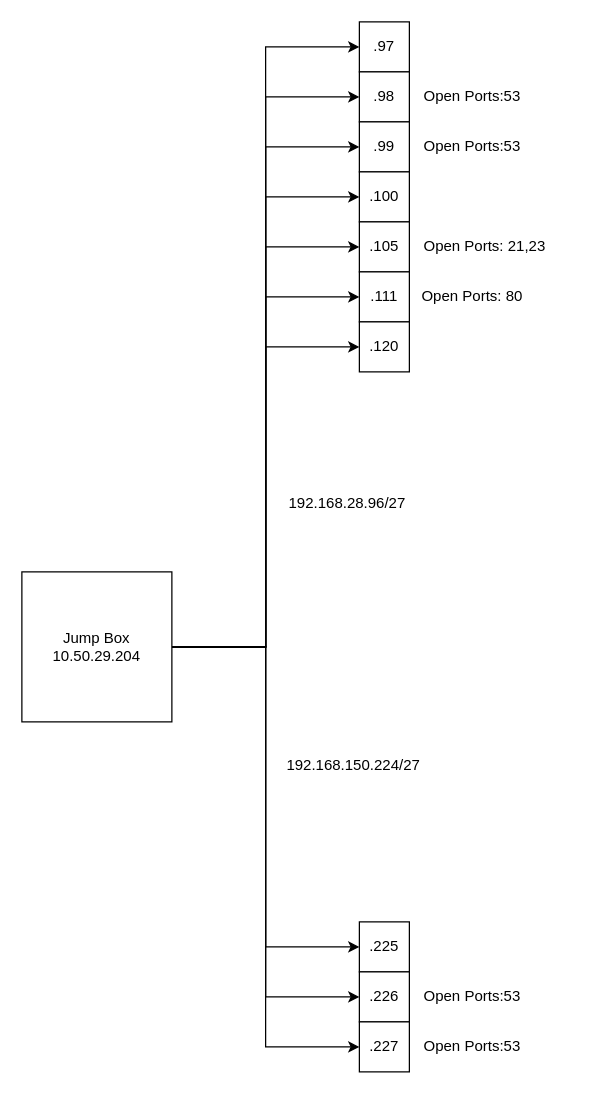
Above: Security/Untitled Diagram.drawio in LukeaBrown/COSC (draw.io), before the change. Source tidied: cells renumbered, new cells numbered last; positions are measured from the earlier drawing's top-left corner, leaving out a move shared by most shapes. Both pictures are drawn from the tidied source at 125%, with x=0, y=0 at pixel (21, 21).
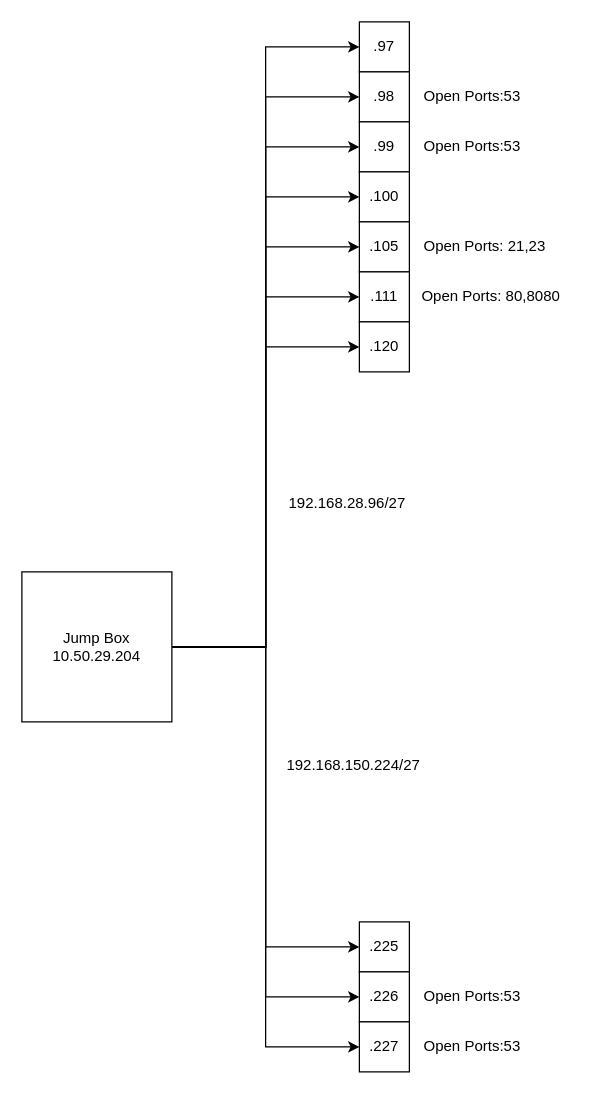
The same diagram, later.

Change to the diagram source:
```diff
@@
-    <mxCell id="26" value="Open Ports: 80" style="text;html=1;align=center;verticalAlign=middle;strokeColor=none;fillColor=none;" parent="1" vertex="1">
-      <mxGeometry x="310" y="205" width="100" height="30" as="geometry" />
+    <mxCell id="26" value="Open Ports: 80,8080" style="text;html=1;align=center;verticalAlign=middle;strokeColor=none;fillColor=none;" parent="1" vertex="1">
+      <mxGeometry x="310" y="205" width="130" height="30" as="geometry" />
     </mxCell>
```
